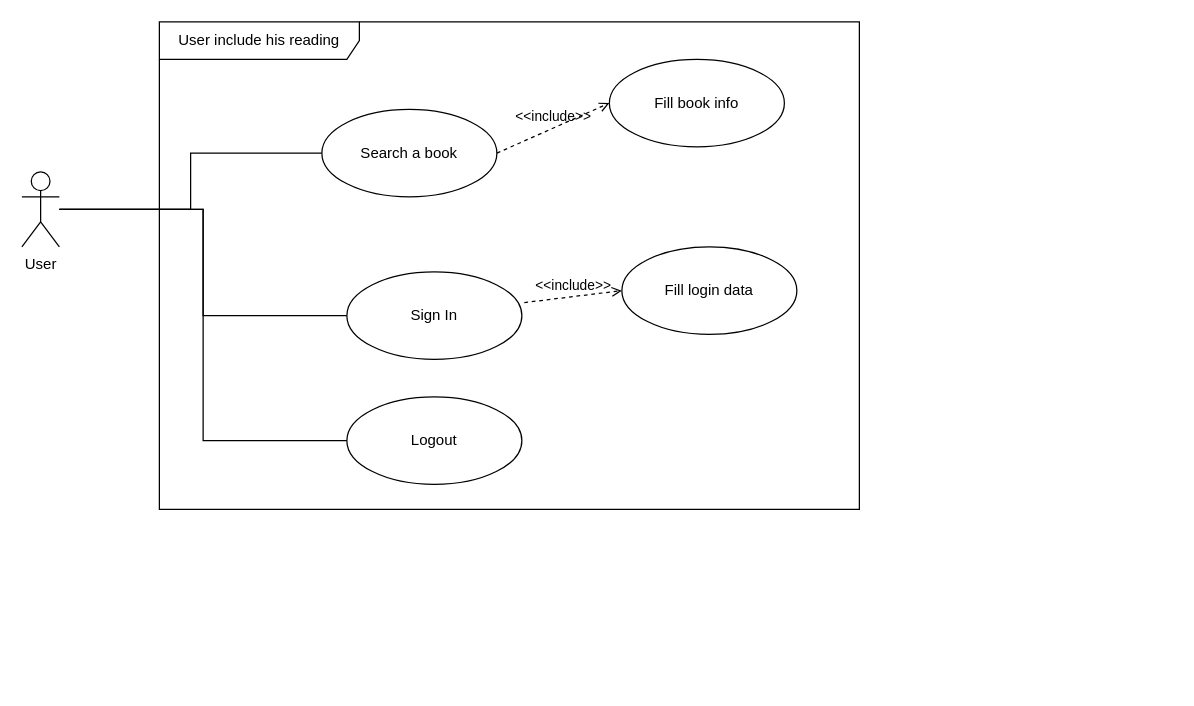
dglsmrnh/bookquest-docs keeps this draw.io diagram as page "Sign Up" (2 of 2) of Diagramas.drawio. Above is the earlier version. Source tidied: cells renumbered, new cells numbered last; positions are measured from the earlier drawing's top-left corner, leaving out a move shared by most shapes. Both pictures are drawn from the tidied source at 125%, with x=0, y=0 at pixel (21, 21).
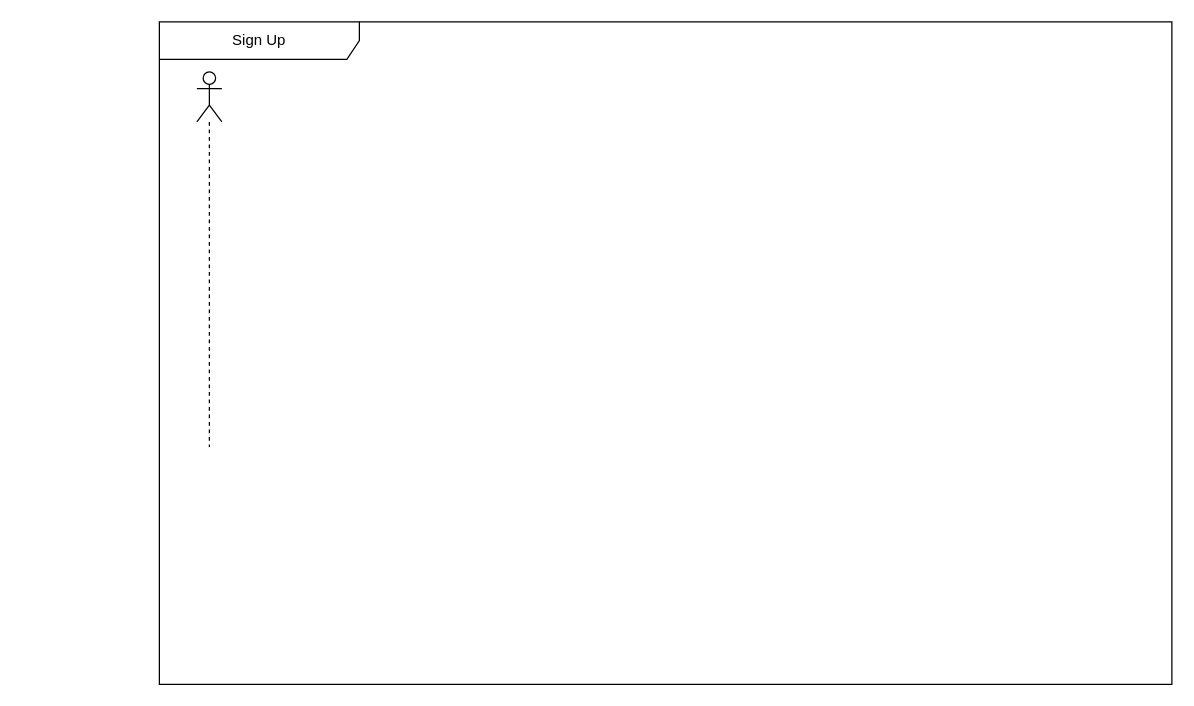
Above is the later version.

What changed in the source:
```diff
@@
 <mxGraphModel>
   <root>
     <mxCell id="0" />
     <mxCell id="1" parent="0" />
-    <mxCell id="2" style="edgeStyle=orthogonalEdgeStyle;rounded=0;jettySize=auto;html=1;entryX=0;entryY=0.5;entryDx=0;entryDy=0;endArrow=none;endFill=0;" parent="1" edge="1" source="5" target="8">
-      <mxGeometry relative="1" as="geometry" />
-    </mxCell>
-    <mxCell id="3" style="edgeStyle=orthogonalEdgeStyle;rounded=0;jettySize=auto;html=1;entryX=0;entryY=0.5;entryDx=0;entryDy=0;endArrow=none;endFill=0;" parent="1" edge="1" source="5" target="7">
-      <mxGeometry relative="1" as="geometry" />
-    </mxCell>
-    <mxCell id="4" style="edgeStyle=orthogonalEdgeStyle;rounded=0;jettySize=auto;html=1;entryX=0;entryY=0.5;entryDx=0;entryDy=0;endArrow=none;endFill=0;" parent="1" edge="1" source="5" target="9">
-      <mxGeometry relative="1" as="geometry" />
-    </mxCell>
-    <mxCell id="5" value="User" style="shape=umlActor;verticalLabelPosition=bottom;verticalAlign=top;html=1;" parent="1" vertex="1">
-      <mxGeometry y="120" width="30" height="60" as="geometry" />
-    </mxCell>
-    <mxCell id="6" value="User include his reading" style="shape=umlFrame;whiteSpace=wrap;html=1;width=160;" parent="1" vertex="1">
-      <mxGeometry x="110" width="560" height="390" as="geometry" />
+    <mxCell id="6" value="Sign Up" style="shape=umlFrame;whiteSpace=wrap;html=1;width=160;" parent="1" vertex="1">
+      <mxGeometry x="110" width="810" height="530" as="geometry" />
     </mxCell>
-    <mxCell id="7" value="Search a book" style="ellipse;whiteSpace=wrap;html=1;" parent="6" vertex="1">
-      <mxGeometry x="130" y="70" width="140" height="70" as="geometry" />
-    </mxCell>
-    <mxCell id="8" value="Sign In" style="ellipse;whiteSpace=wrap;html=1;" parent="6" vertex="1">
-      <mxGeometry x="150" y="200" width="140" height="70" as="geometry" />
-    </mxCell>
-    <mxCell id="9" value="Logout" style="ellipse;whiteSpace=wrap;html=1;" parent="6" vertex="1">
-      <mxGeometry x="150" y="300" width="140" height="70" as="geometry" />
-    </mxCell>
-    <mxCell id="10" value="Fill book info" style="ellipse;whiteSpace=wrap;html=1;" parent="6" vertex="1">
-      <mxGeometry x="360" y="30" width="140" height="70" as="geometry" />
-    </mxCell>
-    <mxCell id="11" value="&amp;lt;&amp;lt;include&amp;gt;&amp;gt;" style="html=1;verticalAlign=bottom;labelBackgroundColor=none;endArrow=open;endFill=0;dashed=1;rounded=0;exitX=1;exitY=0.5;exitDx=0;exitDy=0;entryX=0;entryY=0.5;entryDx=0;entryDy=0;" parent="6" edge="1" source="7" target="10">
-      <mxGeometry relative="1" as="geometry" />
-    </mxCell>
-    <mxCell id="12" value="Fill login data" style="ellipse;whiteSpace=wrap;html=1;" parent="6" vertex="1">
-      <mxGeometry x="370" y="180" width="140" height="70" as="geometry" />
-    </mxCell>
-    <mxCell id="13" value="&amp;lt;&amp;lt;include&amp;gt;&amp;gt;" style="html=1;verticalAlign=bottom;labelBackgroundColor=none;endArrow=open;endFill=0;dashed=1;rounded=0;exitX=1.014;exitY=0.351;exitDx=0;exitDy=0;entryX=0;entryY=0.5;entryDx=0;entryDy=0;exitPerimeter=0;" parent="6" edge="1" source="8" target="12">
-      <mxGeometry relative="1" as="geometry" />
-    </mxCell>
+    <mxCell id="14" style="shape=umlLifeline;perimeter=lifelinePerimeter;whiteSpace=wrap;html=1;newEdgeStyle={&quot;edgeStyle&quot;:&quot;elbowEdgeStyle&quot;,&quot;elbow&quot;:&quot;vertical&quot;,&quot;curved&quot;:0,&quot;rounded&quot;:0};participant=umlActor;" parent="6" vertex="1">
+      <mxGeometry x="30" y="40" width="20" height="300" as="geometry" />
+    </mxCell>
   </root>
 </mxGraphModel>
```
